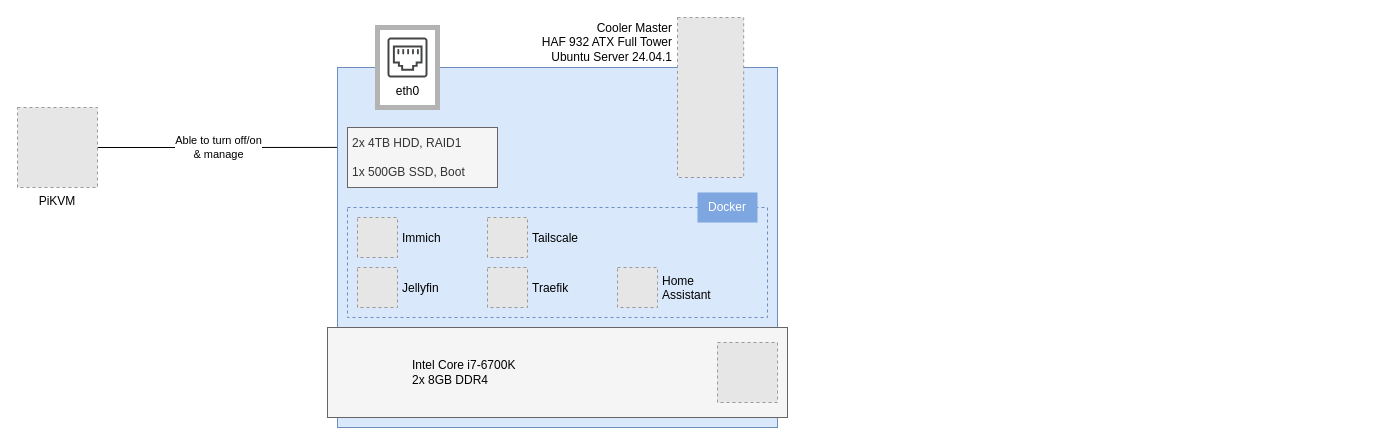
This is arch/homelab.drawio from schang1146/homelab, a draw.io file, before an edit. Source tidied: cells renumbered, new cells numbered last; positions are measured from the earlier drawing's top-left corner, leaving out a move shared by most shapes. Both pictures are drawn from the tidied source at 100%, with x=0, y=0 at pixel (17, 17). Pictures stored in the file or linked from it are replaced by grey dashed boxes.
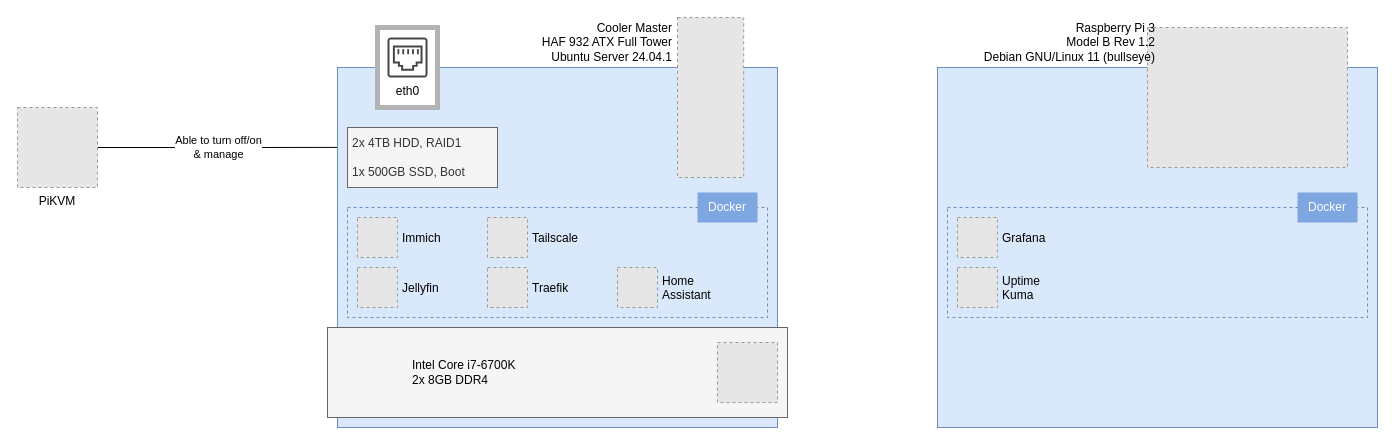
The same page after the edit.

Commit message:
Add OTEL Raspberry Pi server to diagram

The edit, as a diff of the source:
```diff
@@
+    <mxCell id="22" style="rounded=0;whiteSpace=wrap;html=1;fillColor=#dae8fc;strokeColor=#6c8ebf;" parent="1" vertex="1">
+      <mxGeometry x="920" y="50" width="440" height="360" as="geometry" />
+    </mxCell>
+    <mxCell id="23" style="fillColor=#E6E6E6;strokeColor=#999999;dashed=1;verticalLabelPosition=bottom;labelBackgroundColor=none;verticalAlign=top;fontFamily=Fira Code;labelPosition=center;align=center;" parent="1" vertex="1">
+      <mxGeometry x="1130" y="10" width="200" height="140" as="geometry" />
+    </mxCell>
+    <mxCell id="24" value="Raspberry Pi 3&lt;br&gt;&lt;div&gt;Model B Rev 1.2&lt;/div&gt;&lt;div&gt;Debian GNU/Linux 11 (bullseye)&lt;/div&gt;" style="text;whiteSpace=wrap;html=1;fontFamily=Fira Code;align=right;verticalAlign=middle;" parent="1" vertex="1">
+      <mxGeometry x="950" width="190" height="50" as="geometry" />
+    </mxCell>
+    <mxCell id="25" style="rounded=0;whiteSpace=wrap;html=1;fillColor=none;strokeColor=#6c8ebf;labelBackgroundColor=#7EA6E0;fontColor=#FFFFFF;spacing=5;dashed=1;" parent="1" vertex="1">
+      <mxGeometry x="930" y="190" width="420" height="110" as="geometry" />
+    </mxCell>
+    <mxCell id="26" value="&lt;font face=&quot;Fira Code&quot;&gt;Docker&lt;/font&gt;" style="text;html=1;align=center;verticalAlign=middle;whiteSpace=wrap;rounded=0;fillColor=#7EA6E0;strokeColor=none;fontColor=#FFFFFF;" parent="1" vertex="1">
+      <mxGeometry x="1280" y="175" width="60" height="30" as="geometry" />
+    </mxCell>
+    <mxCell id="27" value="Uptime&#10;Kuma" style="fillColor=#E6E6E6;strokeColor=#999999;dashed=1;verticalLabelPosition=middle;labelBackgroundColor=none;verticalAlign=middle;spacing=5;labelPosition=right;align=left;fontFamily=Fira Code;" parent="1" vertex="1">
+      <mxGeometry x="940" y="250" width="40" height="40" as="geometry" />
+    </mxCell>
+    <mxCell id="28" value="Grafana" style="fillColor=#E6E6E6;strokeColor=#999999;dashed=1;verticalLabelPosition=middle;labelBackgroundColor=none;verticalAlign=middle;fontFamily=Fira Code;labelPosition=right;align=left;spacing=5;" parent="1" vertex="1">
+      <mxGeometry x="940" y="200" width="40" height="40" as="geometry" />
+    </mxCell>
```
